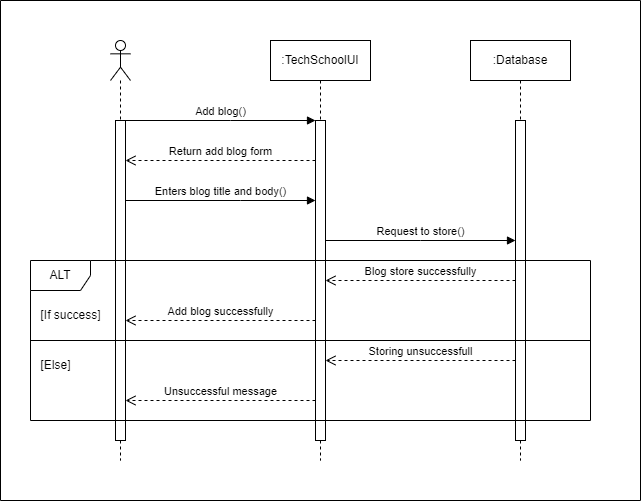
Before: Materials/Sequence Diagrams/SD_Add Blog.png, a diagram exported from draw.io (iprosenjitp/Tech-School). Source tidied: cells renumbered, new cells last; positions are measured from the earlier drawing's top-left corner, leaving out a move shared by most shapes. Its diagram source:
```xml
<mxGraphModel background="#ffffff">
  <root>
    <mxCell id="0" />
    <mxCell id="1" parent="0" />
    <mxCell id="2" style="shape=umlLifeline;perimeter=lifelinePerimeter;whiteSpace=wrap;html=1;newEdgeStyle={&quot;curved&quot;:0,&quot;rounded&quot;:0};participant=umlActor;" parent="1" vertex="1">
      <mxGeometry x="110" y="40" width="20" height="420" as="geometry" />
    </mxCell>
    <mxCell id="3" style="html=1;points=[[0,0,0,0,5],[0,1,0,0,-5],[1,0,0,0,5],[1,1,0,0,-5]];perimeter=orthogonalPerimeter;outlineConnect=0;targetShapes=umlLifeline;portConstraint=eastwest;newEdgeStyle={&quot;curved&quot;:0,&quot;rounded&quot;:0};" parent="2" vertex="1">
      <mxGeometry x="5" y="80" width="10" height="320" as="geometry" />
    </mxCell>
    <mxCell id="4" value=":TechSchoolUI" style="shape=umlLifeline;perimeter=lifelinePerimeter;whiteSpace=wrap;html=1;newEdgeStyle={&quot;curved&quot;:0,&quot;rounded&quot;:0};" parent="1" vertex="1">
      <mxGeometry x="270" y="40" width="100" height="420" as="geometry" />
    </mxCell>
    <mxCell id="5" style="html=1;points=[[0,0,0,0,5],[0,1,0,0,-5],[1,0,0,0,5],[1,1,0,0,-5]];perimeter=orthogonalPerimeter;outlineConnect=0;targetShapes=umlLifeline;portConstraint=eastwest;newEdgeStyle={&quot;curved&quot;:0,&quot;rounded&quot;:0};" parent="4" vertex="1">
      <mxGeometry x="45" y="80" width="10" height="320" as="geometry" />
    </mxCell>
    <mxCell id="6" value=":Database" style="shape=umlLifeline;perimeter=lifelinePerimeter;whiteSpace=wrap;html=1;newEdgeStyle={&quot;curved&quot;:0,&quot;rounded&quot;:0};" parent="1" vertex="1">
      <mxGeometry x="470" y="40" width="100" height="420" as="geometry" />
    </mxCell>
    <mxCell id="7" style="html=1;points=[[0,0,0,0,5],[0,1,0,0,-5],[1,0,0,0,5],[1,1,0,0,-5]];perimeter=orthogonalPerimeter;outlineConnect=0;targetShapes=umlLifeline;portConstraint=eastwest;newEdgeStyle={&quot;curved&quot;:0,&quot;rounded&quot;:0};" parent="6" vertex="1">
      <mxGeometry x="45" y="80" width="10" height="320" as="geometry" />
    </mxCell>
    <mxCell id="8" value="Add blog()" style="html=1;verticalAlign=bottom;endArrow=block;curved=0;rounded=0;" parent="1" edge="1" source="3" target="5">
      <mxGeometry relative="1" as="geometry">
        <Array as="points">
          <mxPoint x="230" y="120" />
        </Array>
      </mxGeometry>
    </mxCell>
    <mxCell id="9" value="Return add blog form" style="html=1;verticalAlign=bottom;endArrow=open;dashed=1;endSize=8;curved=0;rounded=0;" parent="1" edge="1" source="5" target="3">
      <mxGeometry relative="1" as="geometry">
        <Array as="points">
          <mxPoint x="220" y="160" />
        </Array>
      </mxGeometry>
    </mxCell>
    <mxCell id="10" value="Enters blog title and body()" style="html=1;verticalAlign=bottom;endArrow=block;curved=0;rounded=0;" parent="1" edge="1" source="3" target="5">
      <mxGeometry relative="1" as="geometry">
        <Array as="points">
          <mxPoint x="240" y="200" />
        </Array>
      </mxGeometry>
    </mxCell>
    <mxCell id="11" value="Request to store()" style="html=1;verticalAlign=bottom;endArrow=block;curved=0;rounded=0;" parent="1" edge="1" source="5" target="7">
      <mxGeometry relative="1" as="geometry">
        <Array as="points">
          <mxPoint x="420" y="240" />
        </Array>
      </mxGeometry>
    </mxCell>
    <mxCell id="12" value="ALT" style="shape=umlFrame;whiteSpace=wrap;html=1;" parent="1" vertex="1">
      <mxGeometry x="30" y="260" width="560" height="160" as="geometry" />
    </mxCell>
    <mxCell id="13" value="Blog store successfully" style="html=1;verticalAlign=bottom;endArrow=open;dashed=1;endSize=8;curved=0;rounded=0;" parent="1" edge="1" source="7" target="5">
      <mxGeometry relative="1" as="geometry">
        <Array as="points">
          <mxPoint x="420" y="280" />
        </Array>
      </mxGeometry>
    </mxCell>
    <mxCell id="14" value="Add blog successfully" style="html=1;verticalAlign=bottom;endArrow=open;dashed=1;endSize=8;curved=0;rounded=0;" parent="1" edge="1" source="5" target="3">
      <mxGeometry relative="1" as="geometry">
        <Array as="points">
          <mxPoint x="220" y="320" />
        </Array>
      </mxGeometry>
    </mxCell>
    <mxCell id="15" value="Storing unsuccessfull" style="html=1;verticalAlign=bottom;endArrow=open;dashed=1;endSize=8;curved=0;rounded=0;" parent="1" edge="1">
      <mxGeometry relative="1" as="geometry">
        <mxPoint x="515" y="360" as="sourcePoint" />
        <mxPoint x="325" y="360" as="targetPoint" />
      </mxGeometry>
    </mxCell>
    <mxCell id="16" value="Unsuccessful message" style="html=1;verticalAlign=bottom;endArrow=open;dashed=1;endSize=8;curved=0;rounded=0;" parent="1" edge="1" source="5" target="3">
      <mxGeometry relative="1" as="geometry">
        <Array as="points">
          <mxPoint x="220" y="400" />
        </Array>
      </mxGeometry>
    </mxCell>
    <mxCell id="17" style="swimlane;startSize=0;" parent="1" vertex="1">
      <mxGeometry width="640" height="500" as="geometry" />
    </mxCell>
    <mxCell id="18" value="[If success]" style="text;html=1;align=center;verticalAlign=middle;strokeColor=none;fillColor=none;" parent="17" vertex="1">
      <mxGeometry x="30" y="300" width="80" height="30" as="geometry" />
    </mxCell>
    <mxCell id="19" value="[Else]" style="text;html=1;align=center;verticalAlign=middle;strokeColor=none;fillColor=none;" parent="17" vertex="1">
      <mxGeometry x="30" y="350" width="50" height="30" as="geometry" />
    </mxCell>
    <mxCell id="20" style="line;strokeWidth=1;fillColor=none;align=left;verticalAlign=middle;spacingTop=-1;spacingLeft=3;spacingRight=3;labelPosition=right;strokeColor=inherit;" parent="1" vertex="1">
      <mxGeometry x="30" y="336" width="560" height="8" as="geometry" />
    </mxCell>
  </root>
</mxGraphModel>
```
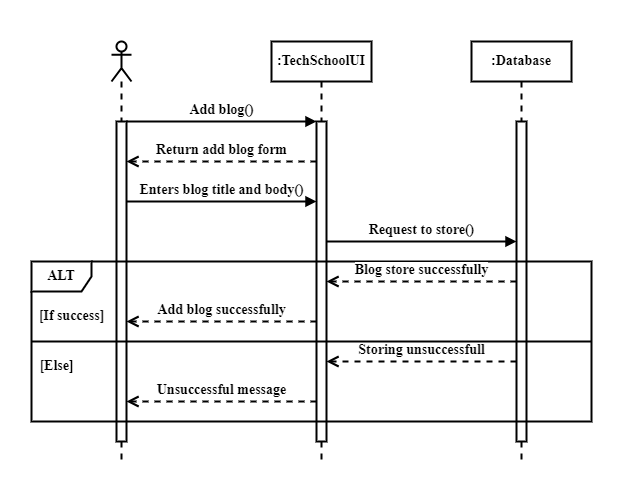
The same diagram one commit later.

What changed in the source:
```diff
@@ -2,92 +2,92 @@
   <root>
     <mxCell id="0" />
     <mxCell id="1" parent="0" />
-    <mxCell id="2" style="shape=umlLifeline;perimeter=lifelinePerimeter;whiteSpace=wrap;html=1;newEdgeStyle={&quot;curved&quot;:0,&quot;rounded&quot;:0};participant=umlActor;" parent="1" vertex="1">
+    <mxCell id="2" style="shape=umlLifeline;perimeter=lifelinePerimeter;whiteSpace=wrap;html=1;newEdgeStyle={&quot;curved&quot;:0,&quot;rounded&quot;:0};participant=umlActor;strokeWidth=2;fontFamily=Times New Roman;fontSize=14;fontStyle=1;" parent="1" vertex="1">
       <mxGeometry x="110" y="40" width="20" height="420" as="geometry" />
     </mxCell>
-    <mxCell id="3" style="html=1;points=[[0,0,0,0,5],[0,1,0,0,-5],[1,0,0,0,5],[1,1,0,0,-5]];perimeter=orthogonalPerimeter;outlineConnect=0;targetShapes=umlLifeline;portConstraint=eastwest;newEdgeStyle={&quot;curved&quot;:0,&quot;rounded&quot;:0};" parent="2" vertex="1">
+    <mxCell id="3" style="html=1;points=[[0,0,0,0,5],[0,1,0,0,-5],[1,0,0,0,5],[1,1,0,0,-5]];perimeter=orthogonalPerimeter;outlineConnect=0;targetShapes=umlLifeline;portConstraint=eastwest;newEdgeStyle={&quot;curved&quot;:0,&quot;rounded&quot;:0};strokeWidth=2;fontFamily=Times New Roman;fontSize=14;fontStyle=1;" parent="2" vertex="1">
       <mxGeometry x="5" y="80" width="10" height="320" as="geometry" />
     </mxCell>
-    <mxCell id="4" value=":TechSchoolUI" style="shape=umlLifeline;perimeter=lifelinePerimeter;whiteSpace=wrap;html=1;newEdgeStyle={&quot;curved&quot;:0,&quot;rounded&quot;:0};" parent="1" vertex="1">
+    <mxCell id="4" value=":TechSchoolUI" style="shape=umlLifeline;perimeter=lifelinePerimeter;whiteSpace=wrap;html=1;newEdgeStyle={&quot;curved&quot;:0,&quot;rounded&quot;:0};strokeWidth=2;fontFamily=Times New Roman;fontSize=14;fontStyle=1;" parent="1" vertex="1">
       <mxGeometry x="270" y="40" width="100" height="420" as="geometry" />
     </mxCell>
-    <mxCell id="5" style="html=1;points=[[0,0,0,0,5],[0,1,0,0,-5],[1,0,0,0,5],[1,1,0,0,-5]];perimeter=orthogonalPerimeter;outlineConnect=0;targetShapes=umlLifeline;portConstraint=eastwest;newEdgeStyle={&quot;curved&quot;:0,&quot;rounded&quot;:0};" parent="4" vertex="1">
+    <mxCell id="5" style="html=1;points=[[0,0,0,0,5],[0,1,0,0,-5],[1,0,0,0,5],[1,1,0,0,-5]];perimeter=orthogonalPerimeter;outlineConnect=0;targetShapes=umlLifeline;portConstraint=eastwest;newEdgeStyle={&quot;curved&quot;:0,&quot;rounded&quot;:0};strokeWidth=2;fontFamily=Times New Roman;fontSize=14;fontStyle=1;" parent="4" vertex="1">
       <mxGeometry x="45" y="80" width="10" height="320" as="geometry" />
     </mxCell>
-    <mxCell id="6" value=":Database" style="shape=umlLifeline;perimeter=lifelinePerimeter;whiteSpace=wrap;html=1;newEdgeStyle={&quot;curved&quot;:0,&quot;rounded&quot;:0};" parent="1" vertex="1">
+    <mxCell id="6" value=":Database" style="shape=umlLifeline;perimeter=lifelinePerimeter;whiteSpace=wrap;html=1;newEdgeStyle={&quot;curved&quot;:0,&quot;rounded&quot;:0};strokeWidth=2;fontFamily=Times New Roman;fontSize=14;fontStyle=1;" parent="1" vertex="1">
       <mxGeometry x="470" y="40" width="100" height="420" as="geometry" />
     </mxCell>
-    <mxCell id="7" style="html=1;points=[[0,0,0,0,5],[0,1,0,0,-5],[1,0,0,0,5],[1,1,0,0,-5]];perimeter=orthogonalPerimeter;outlineConnect=0;targetShapes=umlLifeline;portConstraint=eastwest;newEdgeStyle={&quot;curved&quot;:0,&quot;rounded&quot;:0};" parent="6" vertex="1">
+    <mxCell id="7" style="html=1;points=[[0,0,0,0,5],[0,1,0,0,-5],[1,0,0,0,5],[1,1,0,0,-5]];perimeter=orthogonalPerimeter;outlineConnect=0;targetShapes=umlLifeline;portConstraint=eastwest;newEdgeStyle={&quot;curved&quot;:0,&quot;rounded&quot;:0};strokeWidth=2;fontFamily=Times New Roman;fontSize=14;fontStyle=1;" parent="6" vertex="1">
       <mxGeometry x="45" y="80" width="10" height="320" as="geometry" />
     </mxCell>
-    <mxCell id="8" value="Add blog()" style="html=1;verticalAlign=bottom;endArrow=block;curved=0;rounded=0;" parent="1" edge="1" source="3" target="5">
+    <mxCell id="8" value="Add blog()" style="html=1;verticalAlign=bottom;endArrow=block;curved=0;rounded=0;strokeWidth=2;fontFamily=Times New Roman;fontSize=14;fontStyle=1;" parent="1" edge="1" source="3" target="5">
       <mxGeometry relative="1" as="geometry">
         <Array as="points">
           <mxPoint x="230" y="120" />
         </Array>
       </mxGeometry>
     </mxCell>
-    <mxCell id="9" value="Return add blog form" style="html=1;verticalAlign=bottom;endArrow=open;dashed=1;endSize=8;curved=0;rounded=0;" parent="1" edge="1" source="5" target="3">
+    <mxCell id="9" value="Return add blog form" style="html=1;verticalAlign=bottom;endArrow=open;dashed=1;endSize=8;curved=0;rounded=0;strokeWidth=2;fontFamily=Times New Roman;fontSize=14;fontStyle=1;" parent="1" edge="1" source="5" target="3">
       <mxGeometry relative="1" as="geometry">
         <Array as="points">
           <mxPoint x="220" y="160" />
         </Array>
       </mxGeometry>
     </mxCell>
-    <mxCell id="10" value="Enters blog title and body()" style="html=1;verticalAlign=bottom;endArrow=block;curved=0;rounded=0;" parent="1" edge="1" source="3" target="5">
+    <mxCell id="10" value="Enters blog title and body()" style="html=1;verticalAlign=bottom;endArrow=block;curved=0;rounded=0;strokeWidth=2;fontFamily=Times New Roman;fontSize=14;fontStyle=1;" parent="1" edge="1" source="3" target="5">
       <mxGeometry relative="1" as="geometry">
         <Array as="points">
           <mxPoint x="240" y="200" />
         </Array>
       </mxGeometry>
     </mxCell>
-    <mxCell id="11" value="Request to store()" style="html=1;verticalAlign=bottom;endArrow=block;curved=0;rounded=0;" parent="1" edge="1" source="5" target="7">
+    <mxCell id="11" value="Request to store()" style="html=1;verticalAlign=bottom;endArrow=block;curved=0;rounded=0;strokeWidth=2;fontFamily=Times New Roman;fontSize=14;fontStyle=1;" parent="1" edge="1" source="5" target="7">
       <mxGeometry relative="1" as="geometry">
         <Array as="points">
           <mxPoint x="420" y="240" />
         </Array>
       </mxGeometry>
     </mxCell>
-    <mxCell id="12" value="ALT" style="shape=umlFrame;whiteSpace=wrap;html=1;" parent="1" vertex="1">
+    <mxCell id="12" value="ALT" style="shape=umlFrame;whiteSpace=wrap;html=1;strokeWidth=2;fontFamily=Times New Roman;fontSize=14;fontStyle=1;" parent="1" vertex="1">
       <mxGeometry x="30" y="260" width="560" height="160" as="geometry" />
     </mxCell>
-    <mxCell id="13" value="Blog store successfully" style="html=1;verticalAlign=bottom;endArrow=open;dashed=1;endSize=8;curved=0;rounded=0;" parent="1" edge="1" source="7" target="5">
+    <mxCell id="13" value="Blog store successfully" style="html=1;verticalAlign=bottom;endArrow=open;dashed=1;endSize=8;curved=0;rounded=0;strokeWidth=2;fontFamily=Times New Roman;fontSize=14;fontStyle=1;" parent="1" edge="1" source="7" target="5">
       <mxGeometry relative="1" as="geometry">
         <Array as="points">
           <mxPoint x="420" y="280" />
         </Array>
       </mxGeometry>
     </mxCell>
-    <mxCell id="14" value="Add blog successfully" style="html=1;verticalAlign=bottom;endArrow=open;dashed=1;endSize=8;curved=0;rounded=0;" parent="1" edge="1" source="5" target="3">
+    <mxCell id="14" value="Add blog successfully" style="html=1;verticalAlign=bottom;endArrow=open;dashed=1;endSize=8;curved=0;rounded=0;strokeWidth=2;fontFamily=Times New Roman;fontSize=14;fontStyle=1;" parent="1" edge="1" source="5" target="3">
       <mxGeometry relative="1" as="geometry">
         <Array as="points">
           <mxPoint x="220" y="320" />
         </Array>
       </mxGeometry>
     </mxCell>
-    <mxCell id="15" value="Storing unsuccessfull" style="html=1;verticalAlign=bottom;endArrow=open;dashed=1;endSize=8;curved=0;rounded=0;" parent="1" edge="1">
+    <mxCell id="15" value="Storing unsuccessfull" style="html=1;verticalAlign=bottom;endArrow=open;dashed=1;endSize=8;curved=0;rounded=0;strokeWidth=2;fontFamily=Times New Roman;fontSize=14;fontStyle=1;" parent="1" edge="1">
       <mxGeometry relative="1" as="geometry">
         <mxPoint x="515" y="360" as="sourcePoint" />
         <mxPoint x="325" y="360" as="targetPoint" />
       </mxGeometry>
     </mxCell>
-    <mxCell id="16" value="Unsuccessful message" style="html=1;verticalAlign=bottom;endArrow=open;dashed=1;endSize=8;curved=0;rounded=0;" parent="1" edge="1" source="5" target="3">
+    <mxCell id="16" value="Unsuccessful message" style="html=1;verticalAlign=bottom;endArrow=open;dashed=1;endSize=8;curved=0;rounded=0;strokeWidth=2;fontFamily=Times New Roman;fontSize=14;fontStyle=1;" parent="1" edge="1" source="5" target="3">
       <mxGeometry relative="1" as="geometry">
         <Array as="points">
           <mxPoint x="220" y="400" />
         </Array>
       </mxGeometry>
     </mxCell>
-    <mxCell id="17" style="swimlane;startSize=0;" parent="1" vertex="1">
+    <mxCell id="17" style="swimlane;startSize=0;strokeWidth=2;fontFamily=Times New Roman;fontSize=14;fontStyle=1;strokeColor=#FFFFFF;" parent="1" vertex="1">
       <mxGeometry width="640" height="500" as="geometry" />
     </mxCell>
-    <mxCell id="18" value="[If success]" style="text;html=1;align=center;verticalAlign=middle;strokeColor=none;fillColor=none;" parent="17" vertex="1">
-      <mxGeometry x="30" y="300" width="80" height="30" as="geometry" />
+    <mxCell id="18" value="[If success]" style="text;html=1;align=center;verticalAlign=middle;strokeColor=none;fillColor=none;strokeWidth=2;fontFamily=Times New Roman;fontSize=14;fontStyle=1;" parent="17" vertex="1">
+      <mxGeometry x="25" y="300" width="90" height="30" as="geometry" />
     </mxCell>
-    <mxCell id="19" value="[Else]" style="text;html=1;align=center;verticalAlign=middle;strokeColor=none;fillColor=none;" parent="17" vertex="1">
-      <mxGeometry x="30" y="350" width="50" height="30" as="geometry" />
+    <mxCell id="19" value="[Else]" style="text;html=1;align=center;verticalAlign=middle;strokeColor=none;fillColor=none;strokeWidth=2;fontFamily=Times New Roman;fontSize=14;fontStyle=1;" parent="17" vertex="1">
+      <mxGeometry x="25" y="350" width="60" height="30" as="geometry" />
     </mxCell>
-    <mxCell id="20" style="line;strokeWidth=1;fillColor=none;align=left;verticalAlign=middle;spacingTop=-1;spacingLeft=3;spacingRight=3;labelPosition=right;strokeColor=inherit;" parent="1" vertex="1">
+    <mxCell id="20" style="line;strokeWidth=2;fillColor=none;align=left;verticalAlign=middle;spacingTop=-1;spacingLeft=3;spacingRight=3;labelPosition=right;strokeColor=inherit;fontFamily=Times New Roman;fontSize=14;fontStyle=1;" parent="1" vertex="1">
       <mxGeometry x="30" y="336" width="560" height="8" as="geometry" />
     </mxCell>
   </root>
```
